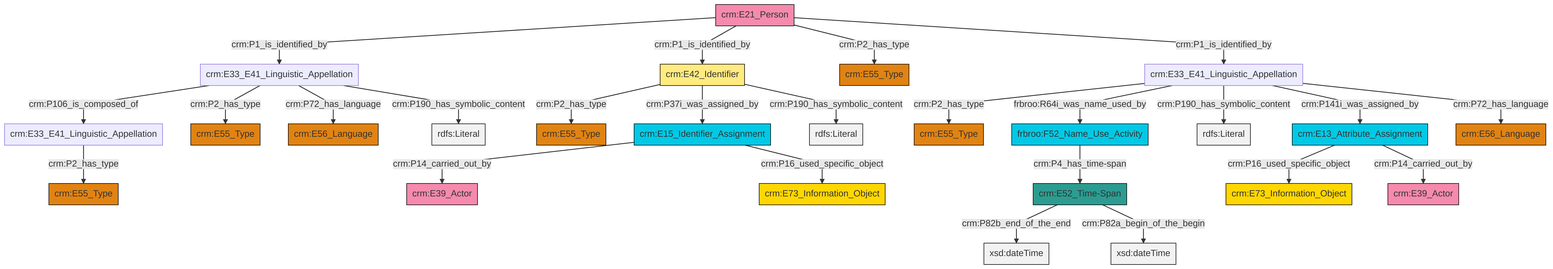
Above: et/personCSV/ttl/mmd/png/Person_Names_and_Classification.png in swiss-art-research-net/docs.swissartresearch (Mermaid), before the change. Its source is kept beside it as et/personCSV/ttl/mmd/Person_Names_and_Classification.ttl.mmd.
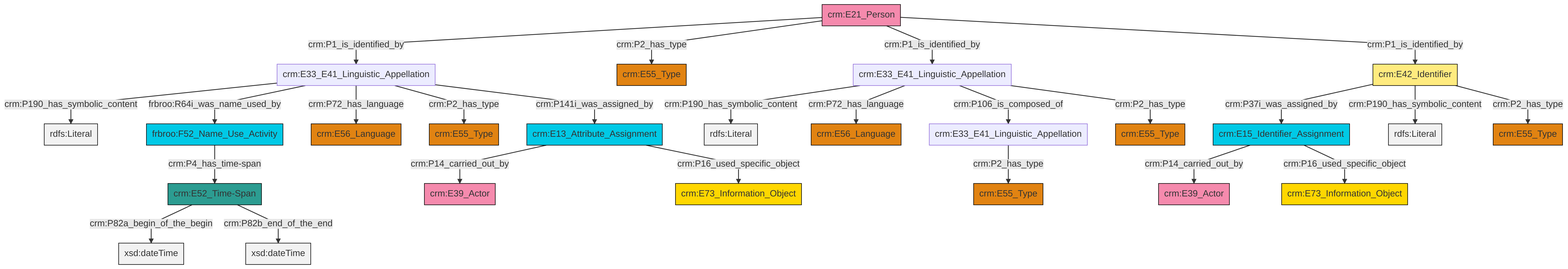
The same diagram one commit later.

Change to the diagram source:
```diff
@@ -13,27 +13,27 @@
 classDef PC_Classes fill:#4ce600, stroke:#000000;
 classDef Multi fill:#cccccc,stroke:#000000;
 
-2["crm:E33_E41_Linguistic_Appellation"]:::Default -->|crm:P106_is_composed_of| 3["crm:E33_E41_Linguistic_Appellation"]:::Default
-7["frbroo:F52_Name_Use_Activity"]:::Temporal_Entity -->|crm:P4_has_time-span| 5["crm:E52_Time-Span"]:::Time-Span
-2["crm:E33_E41_Linguistic_Appellation"]:::Default -->|crm:P2_has_type| 8["crm:E55_Type"]:::Type
-0["crm:E13_Attribute_Assignment"]:::Temporal_Entity -->|crm:P16_used_specific_object| 9["crm:E73_Information_Object"]:::Conceptual_Object
-0["crm:E13_Attribute_Assignment"]:::Temporal_Entity -->|crm:P14_carried_out_by| 10["crm:E39_Actor"]:::Actor
-3["crm:E33_E41_Linguistic_Appellation"]:::Default -->|crm:P2_has_type| 11["crm:E55_Type"]:::Type
-12["crm:E42_Identifier"]:::Appellation -->|crm:P2_has_type| 13["crm:E55_Type"]:::Type
-14["crm:E33_E41_Linguistic_Appellation"]:::Default -->|crm:P2_has_type| 15["crm:E55_Type"]:::Type
-18["crm:E15_Identifier_Assignment"]:::Temporal_Entity -->|crm:P14_carried_out_by| 19["crm:E39_Actor"]:::Actor
-12["crm:E42_Identifier"]:::Appellation -->|crm:P37i_was_assigned_by| 18["crm:E15_Identifier_Assignment"]:::Temporal_Entity
-14["crm:E33_E41_Linguistic_Appellation"]:::Default -->|frbroo:R64i_was_name_used_by| 7["frbroo:F52_Name_Use_Activity"]:::Temporal_Entity
-16["crm:E21_Person"]:::Actor -->|crm:P1_is_identified_by| 2["crm:E33_E41_Linguistic_Appellation"]:::Default
-16["crm:E21_Person"]:::Actor -->|crm:P1_is_identified_by| 12["crm:E42_Identifier"]:::Appellation
-2["crm:E33_E41_Linguistic_Appellation"]:::Default -->|crm:P72_has_language| 30["crm:E56_Language"]:::Type
-18["crm:E15_Identifier_Assignment"]:::Temporal_Entity -->|crm:P16_used_specific_object| 20["crm:E73_Information_Object"]:::Conceptual_Object
-5["crm:E52_Time-Span"]:::Time-Span -->|crm:P82b_end_of_the_end| 33[xsd:dateTime]:::Literal
-16["crm:E21_Person"]:::Actor -->|crm:P2_has_type| 35["crm:E55_Type"]:::Type
-2["crm:E33_E41_Linguistic_Appellation"]:::Default -->|crm:P190_has_symbolic_content| 36[rdfs:Literal]:::Literal
-5["crm:E52_Time-Span"]:::Time-Span -->|crm:P82a_begin_of_the_begin| 43[xsd:dateTime]:::Literal
-14["crm:E33_E41_Linguistic_Appellation"]:::Default -->|crm:P190_has_symbolic_content| 44[rdfs:Literal]:::Literal
-16["crm:E21_Person"]:::Actor -->|crm:P1_is_identified_by| 14["crm:E33_E41_Linguistic_Appellation"]:::Default
-14["crm:E33_E41_Linguistic_Appellation"]:::Default -->|crm:P141i_was_assigned_by| 0["crm:E13_Attribute_Assignment"]:::Temporal_Entity
-12["crm:E42_Identifier"]:::Appellation -->|crm:P190_has_symbolic_content| 45[rdfs:Literal]:::Literal
-14["crm:E33_E41_Linguistic_Appellation"]:::Default -->|crm:P72_has_language| 25["crm:E56_Language"]:::Type
+0["crm:E33_E41_Linguistic_Appellation"]:::Default -->|crm:P190_has_symbolic_content| 1[rdfs:Literal]:::Literal
+2["crm:E42_Identifier"]:::Appellation -->|crm:P37i_was_assigned_by| 4["crm:E15_Identifier_Assignment"]:::Temporal_Entity
+5["crm:E33_E41_Linguistic_Appellation"]:::Default -->|crm:P190_has_symbolic_content| 6[rdfs:Literal]:::Literal
+9["crm:E21_Person"]:::Actor -->|crm:P1_is_identified_by| 5["crm:E33_E41_Linguistic_Appellation"]:::Default
+12["crm:E52_Time-Span"]:::Time-Span -->|crm:P82a_begin_of_the_begin| 13[xsd:dateTime]:::Literal
+0["crm:E33_E41_Linguistic_Appellation"]:::Default -->|crm:P72_has_language| 14["crm:E56_Language"]:::Type
+15["crm:E13_Attribute_Assignment"]:::Temporal_Entity -->|crm:P14_carried_out_by| 17["crm:E39_Actor"]:::Actor
+15["crm:E13_Attribute_Assignment"]:::Temporal_Entity -->|crm:P16_used_specific_object| 20["crm:E73_Information_Object"]:::Conceptual_Object
+2["crm:E42_Identifier"]:::Appellation -->|crm:P190_has_symbolic_content| 27[rdfs:Literal]:::Literal
+4["crm:E15_Identifier_Assignment"]:::Temporal_Entity -->|crm:P14_carried_out_by| 31["crm:E39_Actor"]:::Actor
+0["crm:E33_E41_Linguistic_Appellation"]:::Default -->|crm:P106_is_composed_of| 29["crm:E33_E41_Linguistic_Appellation"]:::Default
+12["crm:E52_Time-Span"]:::Time-Span -->|crm:P82b_end_of_the_end| 32[xsd:dateTime]:::Literal
+9["crm:E21_Person"]:::Actor -->|crm:P2_has_type| 18["crm:E55_Type"]:::Type
+5["crm:E33_E41_Linguistic_Appellation"]:::Default -->|frbroo:R64i_was_name_used_by| 7["frbroo:F52_Name_Use_Activity"]:::Temporal_Entity
+5["crm:E33_E41_Linguistic_Appellation"]:::Default -->|crm:P72_has_language| 35["crm:E56_Language"]:::Type
+29["crm:E33_E41_Linguistic_Appellation"]:::Default -->|crm:P2_has_type| 38["crm:E55_Type"]:::Type
+5["crm:E33_E41_Linguistic_Appellation"]:::Default -->|crm:P2_has_type| 39["crm:E55_Type"]:::Type
+0["crm:E33_E41_Linguistic_Appellation"]:::Default -->|crm:P2_has_type| 22["crm:E55_Type"]:::Type
+9["crm:E21_Person"]:::Actor -->|crm:P1_is_identified_by| 0["crm:E33_E41_Linguistic_Appellation"]:::Default
+4["crm:E15_Identifier_Assignment"]:::Temporal_Entity -->|crm:P16_used_specific_object| 10["crm:E73_Information_Object"]:::Conceptual_Object
+9["crm:E21_Person"]:::Actor -->|crm:P1_is_identified_by| 2["crm:E42_Identifier"]:::Appellation
+5["crm:E33_E41_Linguistic_Appellation"]:::Default -->|crm:P141i_was_assigned_by| 15["crm:E13_Attribute_Assignment"]:::Temporal_Entity
+7["frbroo:F52_Name_Use_Activity"]:::Temporal_Entity -->|crm:P4_has_time-span| 12["crm:E52_Time-Span"]:::Time-Span
+2["crm:E42_Identifier"]:::Appellation -->|crm:P2_has_type| 33["crm:E55_Type"]:::Type
```
